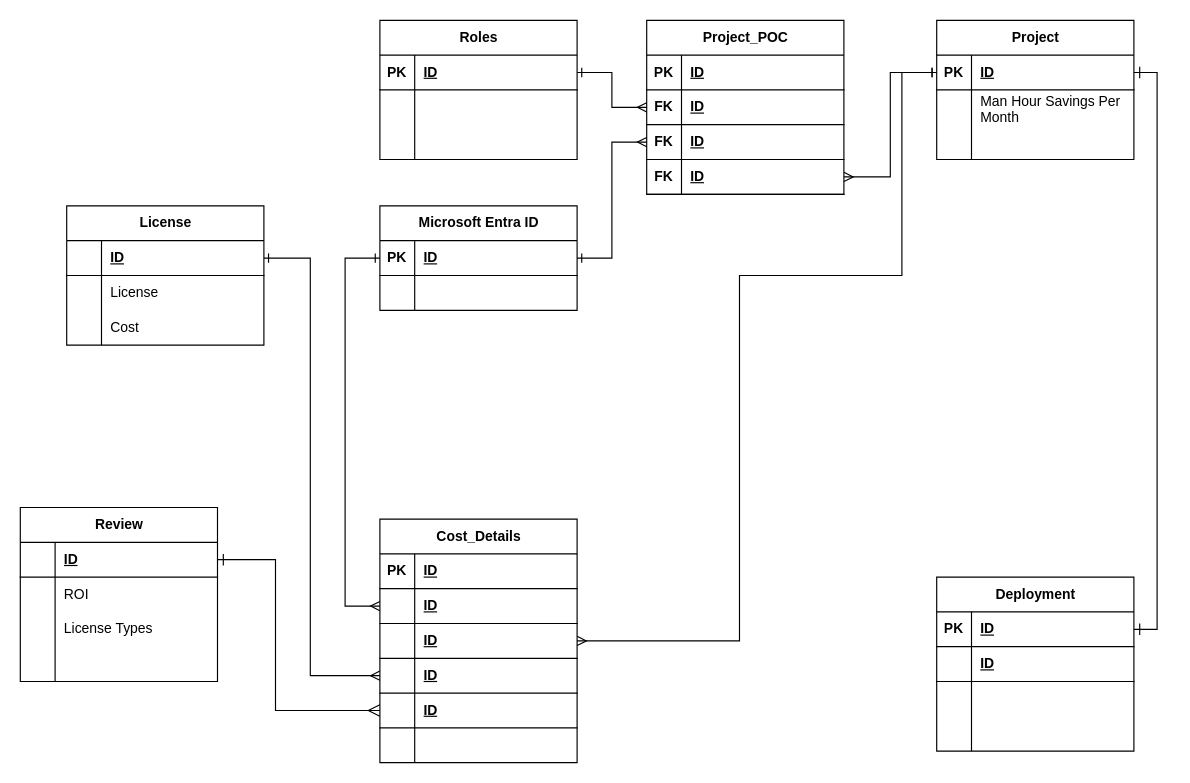
Before: page "Option-3y" (2 of 3) of erd-projint-01.drawio in josjreyes/ProjectIntake, a draw.io diagram. Source tidied: cells renumbered, new cells numbered last; positions are measured from the earlier drawing's top-left corner, leaving out a move shared by most shapes. Both pictures are drawn from the tidied source at 116%, with x=0, y=0 at pixel (20, 20).
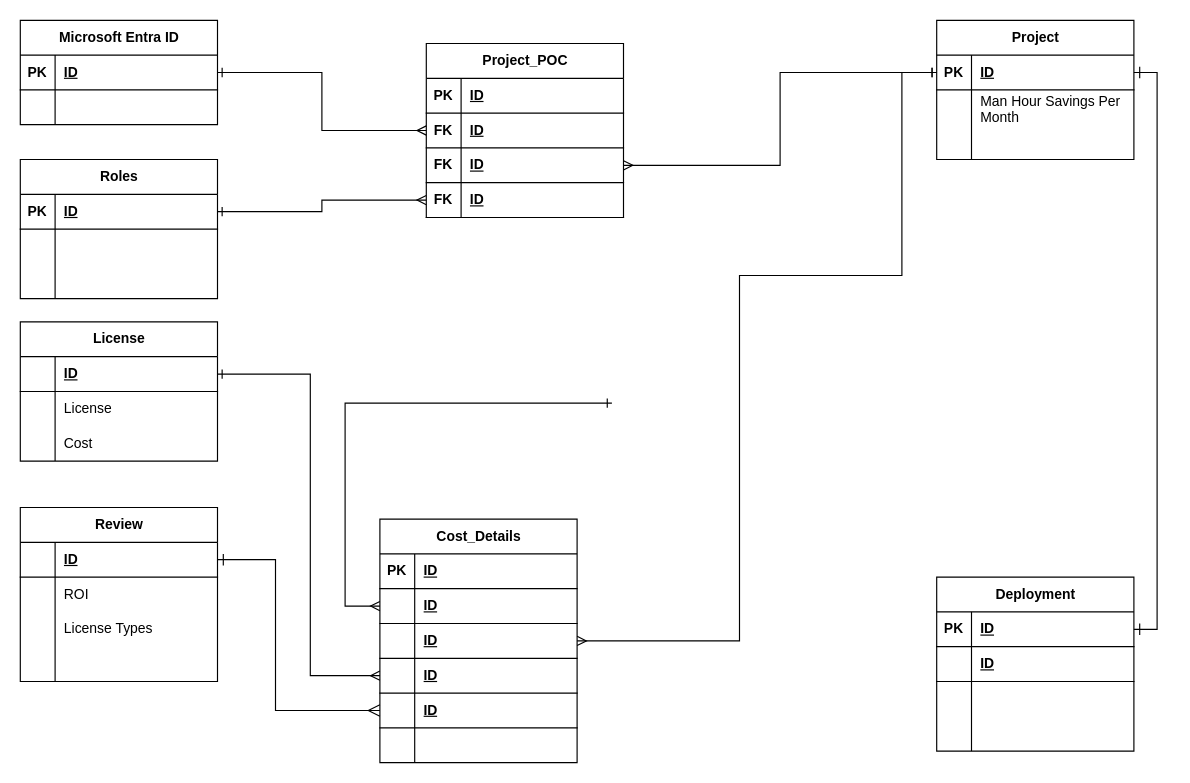
The same diagram, later.

Unchanged cells that the change refers to:
```xml
<mxCell id="3" style="shape=tableRow;horizontal=0;startSize=0;swimlaneHead=0;swimlaneBody=0;fillColor=none;points=[[0,0.5],[1,0.5]];portConstraint=eastwest;top=0;left=0;right=0;bottom=1;" parent="2" vertex="1">
  <mxGeometry y="30" width="170" height="30" as="geometry" />
</mxCell>
<mxCell id="13" style="shape=tableRow;horizontal=0;startSize=0;swimlaneHead=0;swimlaneBody=0;fillColor=none;points=[[0,0.5],[1,0.5]];portConstraint=eastwest;top=0;left=0;right=0;bottom=1;" parent="12" vertex="1">
  <mxGeometry y="30" width="170" height="30" as="geometry" />
</mxCell>
<mxCell id="26" style="shape=tableRow;horizontal=0;startSize=0;swimlaneHead=0;swimlaneBody=0;fillColor=none;points=[[0,0.5],[1,0.5]];portConstraint=eastwest;top=0;left=0;right=0;bottom=1;" parent="22" vertex="1">
  <mxGeometry y="60" width="170" height="30" as="geometry" />
</mxCell>
<mxCell id="32" style="shape=tableRow;horizontal=0;startSize=0;swimlaneHead=0;swimlaneBody=0;fillColor=none;points=[[0,0.5],[1,0.5]];portConstraint=eastwest;top=0;left=0;right=0;bottom=1;" parent="22" vertex="1">
  <mxGeometry y="120" width="170" height="30" as="geometry" />
</mxCell>
<mxCell id="42" style="shape=tableRow;horizontal=0;startSize=0;swimlaneHead=0;swimlaneBody=0;fillColor=none;points=[[0,0.5],[1,0.5]];portConstraint=eastwest;top=0;left=0;right=0;bottom=1;" parent="41" vertex="1">
  <mxGeometry y="30" width="170" height="30" as="geometry" />
</mxCell>
<mxCell id="77" style="shape=tableRow;horizontal=0;startSize=0;swimlaneHead=0;swimlaneBody=0;fillColor=none;points=[[0,0.5],[1,0.5]];portConstraint=eastwest;top=0;left=0;right=0;bottom=1;" parent="76" vertex="1">
  <mxGeometry y="30" width="170" height="30" as="geometry" />
</mxCell>
<mxCell id="90" style="shape=tableRow;horizontal=0;startSize=0;swimlaneHead=0;swimlaneBody=0;fillColor=none;points=[[0,0.5],[1,0.5]];portConstraint=eastwest;top=0;left=0;right=0;bottom=1;" parent="86" vertex="1">
  <mxGeometry y="60" width="170" height="30" as="geometry" />
</mxCell>
<mxCell id="93" style="shape=tableRow;horizontal=0;startSize=0;swimlaneHead=0;swimlaneBody=0;fillColor=none;points=[[0,0.5],[1,0.5]];portConstraint=eastwest;top=0;left=0;right=0;bottom=1;" parent="86" vertex="1">
  <mxGeometry y="90" width="170" height="30" as="geometry" />
</mxCell>
<mxCell id="96" style="shape=tableRow;horizontal=0;startSize=0;swimlaneHead=0;swimlaneBody=0;fillColor=none;points=[[0,0.5],[1,0.5]];portConstraint=eastwest;top=0;left=0;right=0;bottom=1;" parent="86" vertex="1">
  <mxGeometry y="120" width="170" height="30" as="geometry" />
</mxCell>
```

Diff of the diagram source:
```diff
@@
     <mxCell id="12" value="License" style="shape=table;startSize=30;childLayout=tableLayout;rowLines=0;fontStyle=1;align=center;html=1;" parent="1" vertex="1">
-      <mxGeometry x="40" y="160" width="170" height="120" as="geometry" />
+      <mxGeometry y="260" width="170" height="120" as="geometry" />
     </mxCell>
@@
     <mxCell id="41" value="Microsoft Entra ID" style="shape=table;startSize=30;childLayout=tableLayout;rowLines=0;fontStyle=1;align=center;html=1;" parent="1" vertex="1">
-      <mxGeometry x="310" y="160" width="170" height="90" as="geometry" />
+      <mxGeometry width="170" height="90" as="geometry" />
     </mxCell>
@@
-    <mxCell id="62" style="edgeStyle=orthogonalEdgeStyle;rounded=0;jettySize=auto;html=1;endArrow=ERone;endFill=0;startArrow=ERmany;startFill=0;exitX=0;exitY=0.5;exitDx=0;exitDy=0;entryX=0;entryY=0.5;entryDx=0;entryDy=0;" parent="1" edge="1" source="26" target="42">
+    <mxCell id="62" style="edgeStyle=orthogonalEdgeStyle;rounded=0;jettySize=auto;html=1;endArrow=ERone;endFill=0;startArrow=ERmany;startFill=0;exitX=0;exitY=0.5;exitDx=0;exitDy=0;" parent="1" edge="1" source="26">
       <mxGeometry relative="1" as="geometry">
+        <mxPoint x="510" y="330" as="targetPoint" />
         <Array as="points">
           <mxPoint x="280" y="505" />
-          <mxPoint x="280" y="205" />
+          <mxPoint x="280" y="330" />
         </Array>
       </mxGeometry>
     </mxCell>
@@
     <mxCell id="76" value="Roles" style="shape=table;startSize=30;childLayout=tableLayout;rowLines=0;fontStyle=1;align=center;html=1;" parent="1" vertex="1">
-      <mxGeometry x="310" width="170" height="120" as="geometry" />
+      <mxGeometry y="120" width="170" height="120" as="geometry" />
     </mxCell>
@@
     <mxCell id="86" value="Project_POC" style="shape=table;startSize=30;childLayout=tableLayout;rowLines=0;fontStyle=1;align=center;html=1;" parent="1" vertex="1">
-      <mxGeometry x="540" width="170" height="150" as="geometry" />
+      <mxGeometry x="350" y="20" width="170" height="150" as="geometry" />
     </mxCell>
@@
-    <mxCell id="99" style="edgeStyle=orthogonalEdgeStyle;rounded=0;jettySize=auto;html=1;startArrow=ERmany;startFill=0;endArrow=ERone;endFill=0;exitX=0;exitY=0.5;exitDx=0;exitDy=0;" parent="1" edge="1" source="93" target="42">
-      <mxGeometry relative="1" as="geometry" />
+    <mxCell id="99" style="edgeStyle=orthogonalEdgeStyle;rounded=0;jettySize=auto;html=1;startArrow=ERmany;startFill=0;endArrow=ERone;endFill=0;exitX=0;exitY=0.5;exitDx=0;exitDy=0;" parent="1" edge="1" source="90" target="42">
+      <mxGeometry relative="1" as="geometry">
+        <Array as="points">
+          <mxPoint x="260" y="95" />
+          <mxPoint x="260" y="45" />
+        </Array>
+      </mxGeometry>
     </mxCell>
-    <mxCell id="100" style="edgeStyle=orthogonalEdgeStyle;rounded=0;jettySize=auto;html=1;startArrow=ERone;startFill=0;endArrow=ERmany;endFill=0;shadow=0;entryX=1;entryY=0.5;entryDx=0;entryDy=0;" parent="1" edge="1" source="3" target="96">
+    <mxCell id="100" style="edgeStyle=orthogonalEdgeStyle;rounded=0;jettySize=auto;html=1;startArrow=ERone;startFill=0;endArrow=ERmany;endFill=0;shadow=0;entryX=1;entryY=0.5;entryDx=0;entryDy=0;" parent="1" edge="1" source="3" target="93">
       <mxGeometry relative="1" as="geometry" />
     </mxCell>
-    <mxCell id="101" style="edgeStyle=orthogonalEdgeStyle;rounded=0;jettySize=auto;html=1;startArrow=ERmany;startFill=0;endArrow=ERone;endFill=0;exitX=0;exitY=0.5;exitDx=0;exitDy=0;" parent="1" edge="1" source="90" target="77">
+    <mxCell id="101" style="edgeStyle=orthogonalEdgeStyle;rounded=0;jettySize=auto;html=1;startArrow=ERmany;startFill=0;endArrow=ERone;endFill=0;exitX=0;exitY=0.5;exitDx=0;exitDy=0;" parent="1" edge="1" source="96" target="77">
       <mxGeometry relative="1" as="geometry" />
     </mxCell>
@@
     <mxCell id="103" style="edgeStyle=orthogonalEdgeStyle;rounded=0;jettySize=auto;html=1;endArrow=ERone;endFill=0;startArrow=ERmany;startFill=0;exitX=0;exitY=0.5;exitDx=0;exitDy=0;" parent="1" edge="1" source="32" target="13">
       <mxGeometry relative="1" as="geometry">
         <Array as="points">
           <mxPoint x="250" y="565" />
-          <mxPoint x="250" y="205" />
+          <mxPoint x="250" y="305" />
         </Array>
       </mxGeometry>
     </mxCell>
```
